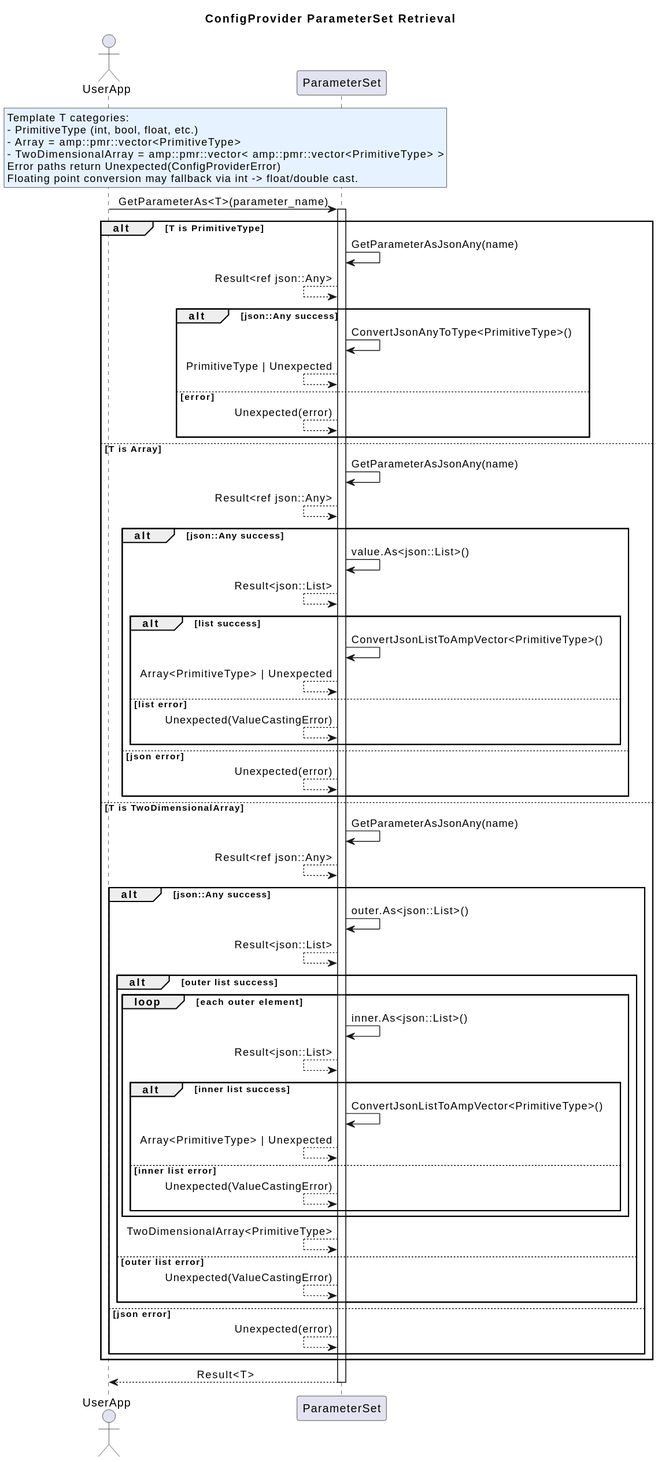
eclipse-score/config_management keeps this PlantUML diagram as score/config_management/config_provider/detailed_design/sequence_diagrams/generated/svg/get_parameter_as_sequence_diagram.svg. Above is the earlier version. The source it was exported from:
```plantuml
@startuml
title ConfigProvider ParameterSet Retrieval
skinparam SequenceMessageAlignment center
skinparam NoteBackgroundColor #E6F2FF

actor UserApp
participant "ParameterSet" as PS

rnote over UserApp, PS
Template T categories:
- PrimitiveType (int, bool, float, etc.)
- Array = amp::pmr::vector<PrimitiveType>
- TwoDimensionalArray = amp::pmr::vector< amp::pmr::vector<PrimitiveType> >
Error paths return Unexpected(ConfigProviderError)
Floating point conversion may fallback via int -> float/double cast.
endrnote

UserApp -> PS : GetParameterAs<T>(parameter_name)
activate PS
alt T is PrimitiveType
    PS -> PS : GetParameterAsJsonAny(name)
    PS <-- PS : Result<ref json::Any>
    alt json::Any success
        PS -> PS : ConvertJsonAnyToType<PrimitiveType>()
        PS <-- PS : PrimitiveType | Unexpected
    else error
        PS <-- PS : Unexpected(error)
    end
else T is Array
    PS -> PS : GetParameterAsJsonAny(name)
    PS <-- PS : Result<ref json::Any>
    alt json::Any success
        PS -> PS : value.As<json::List>()
        PS <-- PS : Result<json::List>
        alt list success
            PS -> PS : ConvertJsonListToAmpVector<PrimitiveType>()
            PS <-- PS : Array<PrimitiveType> | Unexpected
        else list error
            PS <-- PS : Unexpected(ValueCastingError)
        end
    else json error
        PS <-- PS : Unexpected(error)
    end
else T is TwoDimensionalArray
    PS -> PS : GetParameterAsJsonAny(name)
    PS <-- PS : Result<ref json::Any>
    alt json::Any success
        PS -> PS : outer.As<json::List>()
        PS <-- PS : Result<json::List>
        alt outer list success
            loop each outer element
                PS -> PS : inner.As<json::List>()
                PS <-- PS : Result<json::List>
                alt inner list success
                    PS -> PS : ConvertJsonListToAmpVector<PrimitiveType>()
                    PS <-- PS : Array<PrimitiveType> | Unexpected
                else inner list error
                    PS <-- PS : Unexpected(ValueCastingError)
                end
            end
            PS <-- PS : TwoDimensionalArray<PrimitiveType>
        else outer list error
            PS <-- PS : Unexpected(ValueCastingError)
        end
    else json error
        PS <-- PS : Unexpected(error)
    end
end
UserApp <-- PS : Result<T>
deactivate PS
@enduml
```
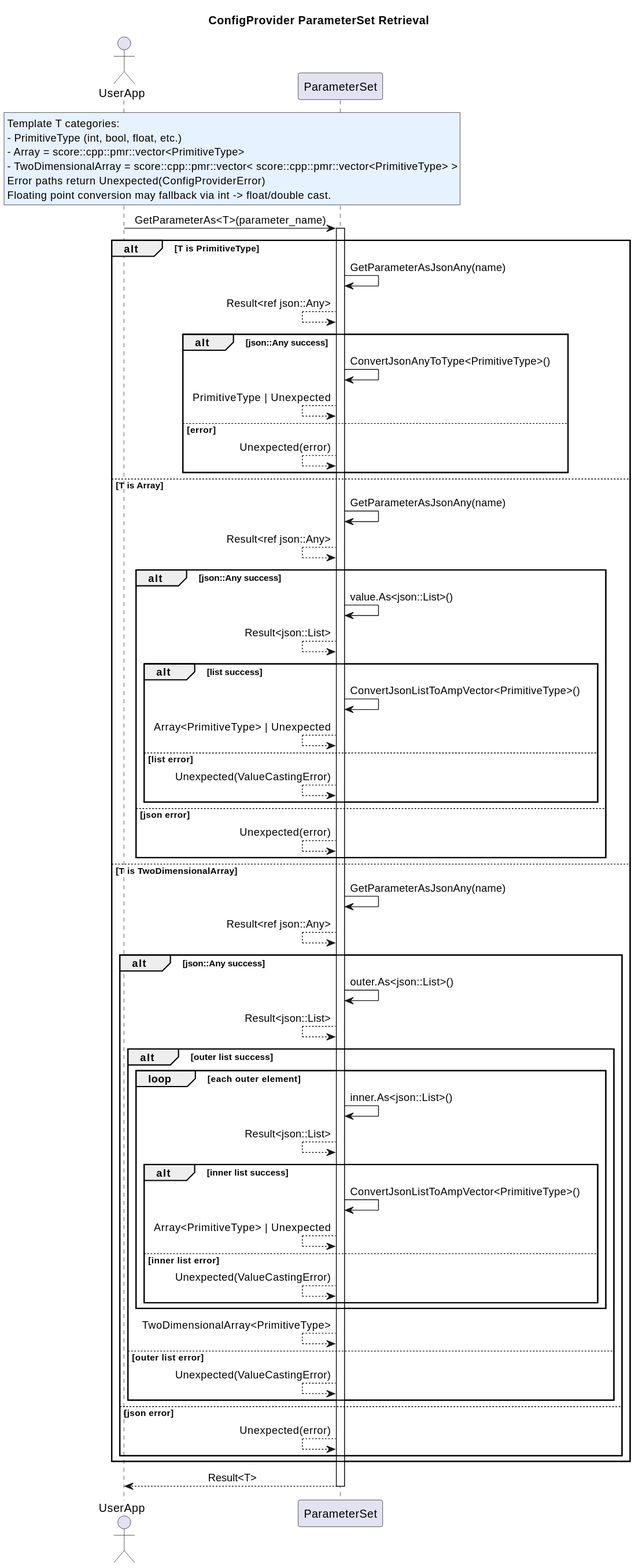
After the commit.

Change to the diagram source:
```diff
@@ -9,8 +9,8 @@
 rnote over UserApp, PS
 Template T categories:
 - PrimitiveType (int, bool, float, etc.)
-- Array = amp::pmr::vector<PrimitiveType>
-- TwoDimensionalArray = amp::pmr::vector< amp::pmr::vector<PrimitiveType> >
+- Array = score::cpp::pmr::vector<PrimitiveType>
+- TwoDimensionalArray = score::cpp::pmr::vector< score::cpp::pmr::vector<PrimitiveType> >
 Error paths return Unexpected(ConfigProviderError)
 Floating point conversion may fallback via int -> float/double cast.
 endrnote
```
